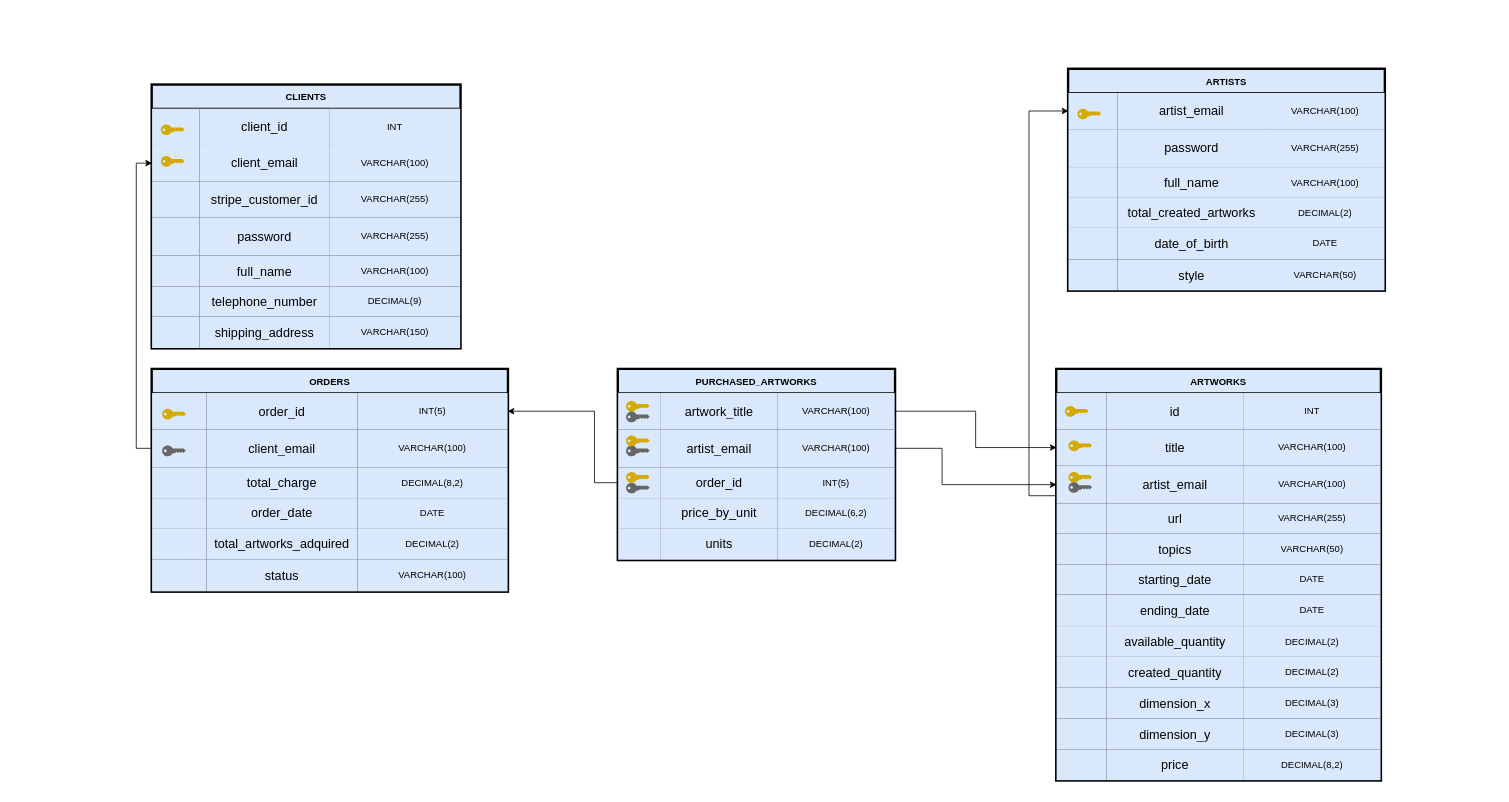
Before: documentación/documentación del producto/documentación del sistema/documentación diseño/diagrama modelo relacional.drawio in GaelCodes/Ecommerce-Leonard-Devinch, a draw.io diagram. Source tidied: cells renumbered, new cells numbered last; positions are measured from the earlier drawing's top-left corner, leaving out a move shared by most shapes. Both pictures are drawn from the tidied source at 79%, with x=0, y=0 at pixel (13, 13).
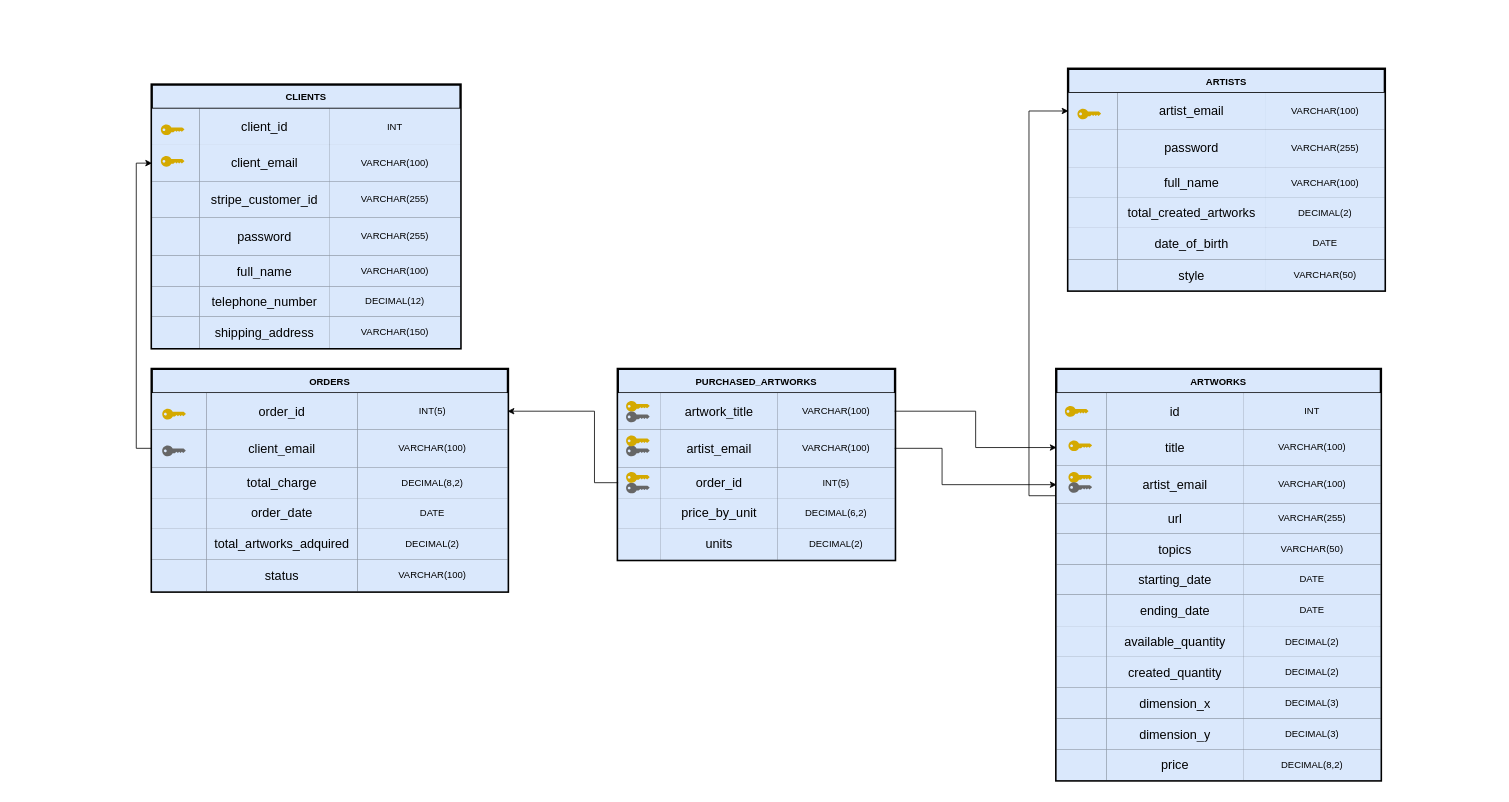
Above is the later version.

Commit message (it also covers changes not shown here):
Actualización entidad CLIENTS telephone_number DECIMAL[12]

The change refers to these unchanged cells:
```xml
<mxCell id="169" style="shape=partialRectangle;html=1;whiteSpace=wrap;fillColor=none;top=0;left=0;bottom=0;right=0;fontColor=#000000;" parent="148" vertex="1">
  <mxGeometry y="255" width="390" height="38" as="geometry" />
</mxCell>
```

Diff of the diagram source:
```diff
@@
-    <mxCell id="172" value="DECIMAL(9)" style="shape=partialRectangle;html=1;whiteSpace=wrap;fillColor=#dae8fc;top=0;left=0;bottom=0;right=0;overflow=hidden;strokeColor=none;" parent="169" vertex="1">
+    <mxCell id="172" value="DECIMAL(12)" style="shape=partialRectangle;html=1;whiteSpace=wrap;fillColor=#dae8fc;top=0;left=0;bottom=0;right=0;overflow=hidden;strokeColor=none;" parent="169" vertex="1">
       <mxGeometry x="225" width="165" height="38" as="geometry" />
     </mxCell>
```
